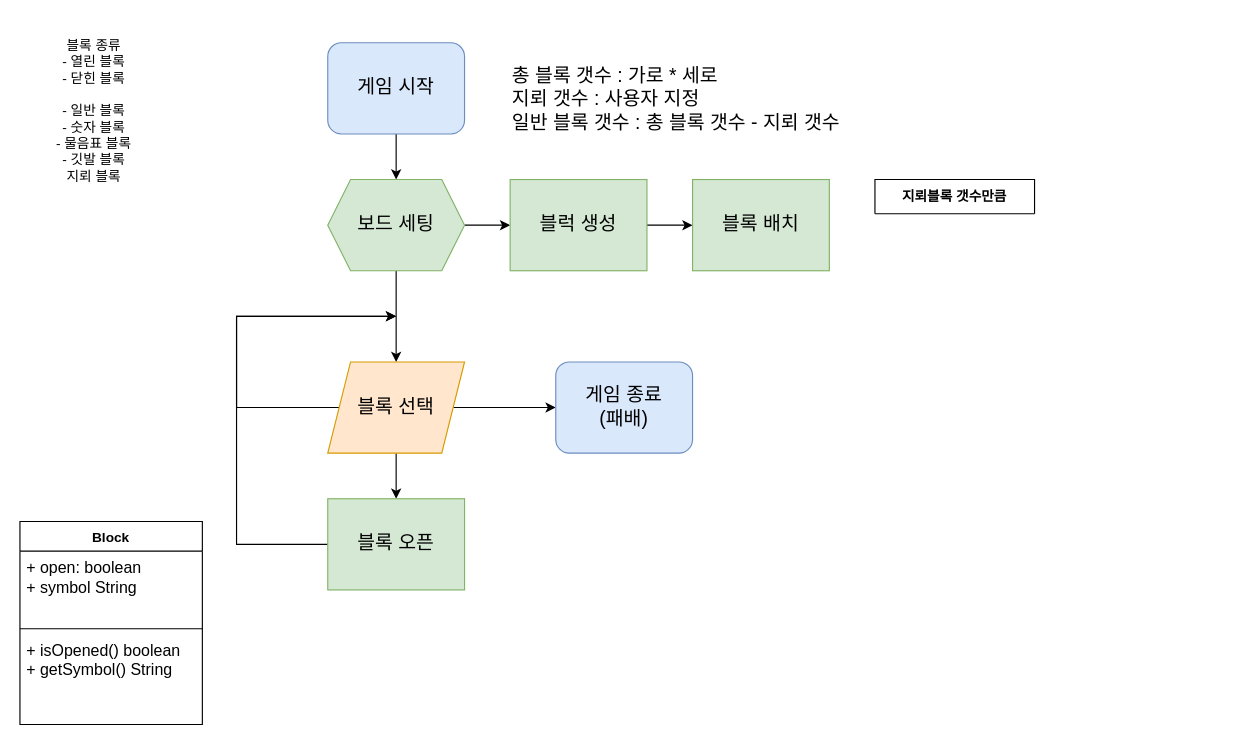
Before: minesweaper.drawio in siddltkfkd/minesweaper, a draw.io diagram. Source tidied: cells renumbered, new cells numbered last; positions are measured from the earlier drawing's top-left corner, leaving out a move shared by most shapes. Both pictures are drawn from the tidied source at 114%, with x=0, y=0 at pixel (19, 31).
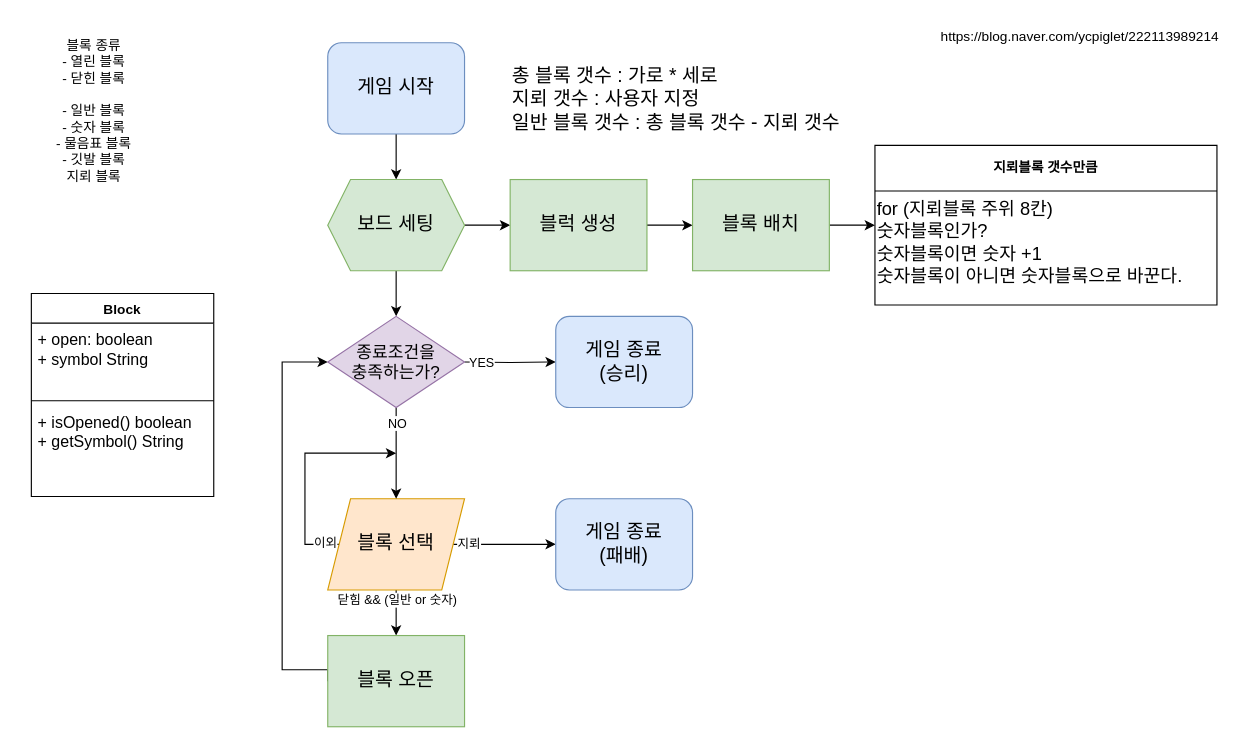
After the change.

The change refers to these unchanged cells:
```xml
<mxCell id="7" value="보드 세팅" style="shape=hexagon;perimeter=hexagonPerimeter2;whiteSpace=wrap;html=1;fixedSize=1;fontSize=17;fillColor=#d5e8d4;strokeColor=#82b366;" parent="1" vertex="1">
  <mxGeometry x="270" y="130" width="120" height="80" as="geometry" />
</mxCell>
<mxCell id="10" value="블록 배치" style="rounded=0;whiteSpace=wrap;html=1;fillColor=#d5e8d4;strokeColor=#82b366;fontSize=17;" parent="1" vertex="1">
  <mxGeometry x="590" y="130" width="120" height="80" as="geometry" />
</mxCell>
<mxCell id="13" style="edgeStyle=orthogonalEdgeStyle;rounded=0;jettySize=auto;html=1;exitX=1;exitY=0.5;exitDx=0;exitDy=0;entryX=0;entryY=0.5;entryDx=0;entryDy=0;" parent="1" edge="1" source="14" target="19">
  <mxGeometry relative="1" as="geometry" />
</mxCell>
```

Diff of the diagram source:
```diff
@@
-    <mxCell id="5" style="edgeStyle=orthogonalEdgeStyle;rounded=0;jettySize=auto;html=1;exitX=0.5;exitY=1;exitDx=0;exitDy=0;entryX=0.5;entryY=0;entryDx=0;entryDy=0;" parent="1" edge="1" source="7" target="14">
-      <mxGeometry relative="1" as="geometry" />
-    </mxCell>
@@
+    <mxCell id="24" style="edgeStyle=orthogonalEdgeStyle;rounded=0;jettySize=auto;html=1;exitX=0.5;exitY=1;exitDx=0;exitDy=0;entryX=0.5;entryY=0;entryDx=0;entryDy=0;" parent="1" edge="1" source="7" target="35">
+      <mxGeometry relative="1" as="geometry" />
+    </mxCell>
@@
+    <mxCell id="25" style="edgeStyle=orthogonalEdgeStyle;rounded=0;jettySize=auto;html=1;exitX=1;exitY=0.5;exitDx=0;exitDy=0;entryX=0;entryY=0.5;entryDx=0;entryDy=0;" parent="1" edge="1" source="10" target="23">
+      <mxGeometry relative="1" as="geometry" />
+    </mxCell>
@@
     <mxCell id="11" style="edgeStyle=orthogonalEdgeStyle;rounded=0;jettySize=auto;html=1;exitX=0.5;exitY=1;exitDx=0;exitDy=0;entryX=0.5;entryY=0;entryDx=0;entryDy=0;" parent="1" edge="1" source="14">
       <mxGeometry relative="1" as="geometry">
-        <mxPoint x="330" y="410" as="targetPoint" />
+        <mxPoint x="330" y="530" as="targetPoint" />
       </mxGeometry>
     </mxCell>
+    <mxCell id="26" value="닫힘 &amp;amp;&amp;amp; (일반 or 숫자)" style="edgeLabel;html=1;align=center;verticalAlign=middle;" parent="11" vertex="1">
+      <mxGeometry x="-0.6" relative="1" as="geometry" />
+    </mxCell>
     <mxCell id="12" style="edgeStyle=orthogonalEdgeStyle;rounded=0;jettySize=auto;html=1;exitX=0;exitY=0.5;exitDx=0;exitDy=0;" parent="1" edge="1" source="14">
       <mxGeometry relative="1" as="geometry">
-        <mxPoint x="330" y="250" as="targetPoint" />
+        <mxPoint x="330" y="370" as="targetPoint" />
         <Array as="points">
-          <mxPoint x="190" y="330" />
-          <mxPoint x="190" y="250" />
+          <mxPoint x="250" y="450" />
+          <mxPoint x="250" y="370" />
         </Array>
       </mxGeometry>
     </mxCell>
+    <mxCell id="27" value="이외" style="edgeLabel;html=1;align=center;verticalAlign=middle;" parent="12" vertex="1">
+      <mxGeometry x="-0.86" y="-2" relative="1" as="geometry" />
+    </mxCell>
@@
+    <mxCell id="28" value="지뢰" style="edgeLabel;html=1;align=center;verticalAlign=middle;" parent="13" vertex="1">
+      <mxGeometry x="-0.71" y="1" relative="1" as="geometry" />
+    </mxCell>
     <mxCell id="14" value="블록 선택" style="shape=parallelogram;perimeter=parallelogramPerimeter;whiteSpace=wrap;html=1;fixedSize=1;fillColor=#ffe6cc;strokeColor=#d79b00;fontSize=17;" parent="1" vertex="1">
-      <mxGeometry x="270" y="290" width="120" height="80" as="geometry" />
+      <mxGeometry x="270" y="410" width="120" height="80" as="geometry" />
     </mxCell>
     <mxCell id="15" value="Block" style="swimlane;fontStyle=1;align=center;verticalAlign=top;horizontal=1;startSize=26;whiteSpace=wrap;html=1;" parent="1" vertex="1">
-      <mxGeometry y="430" width="160" height="178" as="geometry" />
+      <mxGeometry x="10" y="230" width="160" height="178" as="geometry" />
     </mxCell>
@@
     <mxCell id="19" value="게임 종료&lt;div&gt;(패배)&lt;/div&gt;" style="rounded=1;whiteSpace=wrap;html=1;fillColor=#dae8fc;strokeColor=#6c8ebf;fontSize=17;" parent="1" vertex="1">
-      <mxGeometry x="470" y="290" width="120" height="80" as="geometry" />
+      <mxGeometry x="470" y="410" width="120" height="80" as="geometry" />
     </mxCell>
     <mxCell id="20" style="edgeStyle=orthogonalEdgeStyle;rounded=0;jettySize=auto;html=1;exitX=0;exitY=0.5;exitDx=0;exitDy=0;" parent="1" edge="1" source="21">
       <mxGeometry relative="1" as="geometry">
-        <mxPoint x="330" y="250" as="targetPoint" />
+        <mxPoint x="270" y="290" as="targetPoint" />
         <Array as="points">
-          <mxPoint x="190" y="450" />
-          <mxPoint x="190" y="250" />
+          <mxPoint x="230" y="560" />
+          <mxPoint x="230" y="290" />
         </Array>
       </mxGeometry>
     </mxCell>
     <mxCell id="21" value="블록 오픈" style="rounded=0;whiteSpace=wrap;html=1;fillColor=#d5e8d4;strokeColor=#82b366;fontSize=17;" parent="1" vertex="1">
-      <mxGeometry x="270" y="410" width="120" height="80" as="geometry" />
+      <mxGeometry x="270" y="530" width="120" height="80" as="geometry" />
     </mxCell>
@@
-    <mxCell id="23" value="지뢰블록 갯수만큼" style="swimlane;whiteSpace=wrap;html=1;startSize=40;" parent="1" vertex="1" collapsed="1">
-      <mxGeometry x="750" y="130" width="140" height="30" as="geometry" />
+    <mxCell id="23" value="지뢰블록 갯수만큼" style="swimlane;whiteSpace=wrap;html=1;startSize=40;" parent="1" vertex="1">
+      <mxGeometry x="750" y="100" width="300" height="140" as="geometry" />
     </mxCell>
+    <mxCell id="29" value="for (지뢰블록 주위 8칸)&lt;div style=&quot;font-size: 16px;&quot;&gt;숫자블록인가?&lt;/div&gt;&lt;div style=&quot;font-size: 16px;&quot;&gt;숫자블록이면 숫자 +1&lt;/div&gt;&lt;div style=&quot;font-size: 16px;&quot;&gt;숫자블록이 아니면 숫자블록으로 바꾼다.&lt;/div&gt;" style="text;html=1;align=left;verticalAlign=middle;strokeColor=none;fillColor=none;fontSize=16;" parent="23" vertex="1">
+      <mxGeometry y="40" width="310" height="90" as="geometry" />
+    </mxCell>
+    <mxCell id="30" value="https://blog.naver.com/ycpiglet/222113989214" style="text;html=1;align=center;verticalAlign=middle;whiteSpace=wrap;rounded=0;" parent="1" vertex="1">
+      <mxGeometry x="900" y="-10" width="60" height="30" as="geometry" />
+    </mxCell>
+    <mxCell id="31" style="edgeStyle=orthogonalEdgeStyle;rounded=0;jettySize=auto;html=1;entryX=0;entryY=0.5;entryDx=0;entryDy=0;" parent="1" edge="1" target="36">
+      <mxGeometry relative="1" as="geometry">
+        <mxPoint x="390" y="290" as="sourcePoint" />
+      </mxGeometry>
+    </mxCell>
+    <mxCell id="32" value="YES" style="edgeLabel;html=1;align=center;verticalAlign=middle;" parent="31" vertex="1">
+      <mxGeometry x="-0.9" y="3" relative="1" as="geometry">
+        <mxPoint x="10" y="3" as="offset" />
+      </mxGeometry>
+    </mxCell>
+    <mxCell id="33" style="edgeStyle=orthogonalEdgeStyle;rounded=0;jettySize=auto;html=1;exitX=0.5;exitY=1;exitDx=0;exitDy=0;entryX=0.5;entryY=0;entryDx=0;entryDy=0;" parent="1" edge="1" source="35" target="14">
+      <mxGeometry relative="1" as="geometry" />
+    </mxCell>
+    <mxCell id="34" value="NO" style="edgeLabel;html=1;align=center;verticalAlign=middle;" parent="33" vertex="1">
+      <mxGeometry x="-0.46" relative="1" as="geometry">
+        <mxPoint y="-9" as="offset" />
+      </mxGeometry>
+    </mxCell>
+    <mxCell id="35" value="종료조건을&lt;div style=&quot;font-size: 15px;&quot;&gt;충족하는가?&lt;/div&gt;" style="rhombus;whiteSpace=wrap;html=1;fillColor=#e1d5e7;strokeColor=#9673a6;fontSize=15;" parent="1" vertex="1">
+      <mxGeometry x="270" y="250" width="120" height="80" as="geometry" />
+    </mxCell>
+    <mxCell id="36" value="게임 종료&lt;div&gt;(승리)&lt;/div&gt;" style="rounded=1;whiteSpace=wrap;html=1;fillColor=#dae8fc;strokeColor=#6c8ebf;fontSize=17;" parent="1" vertex="1">
+      <mxGeometry x="470" y="250" width="120" height="80" as="geometry" />
+    </mxCell>
```
